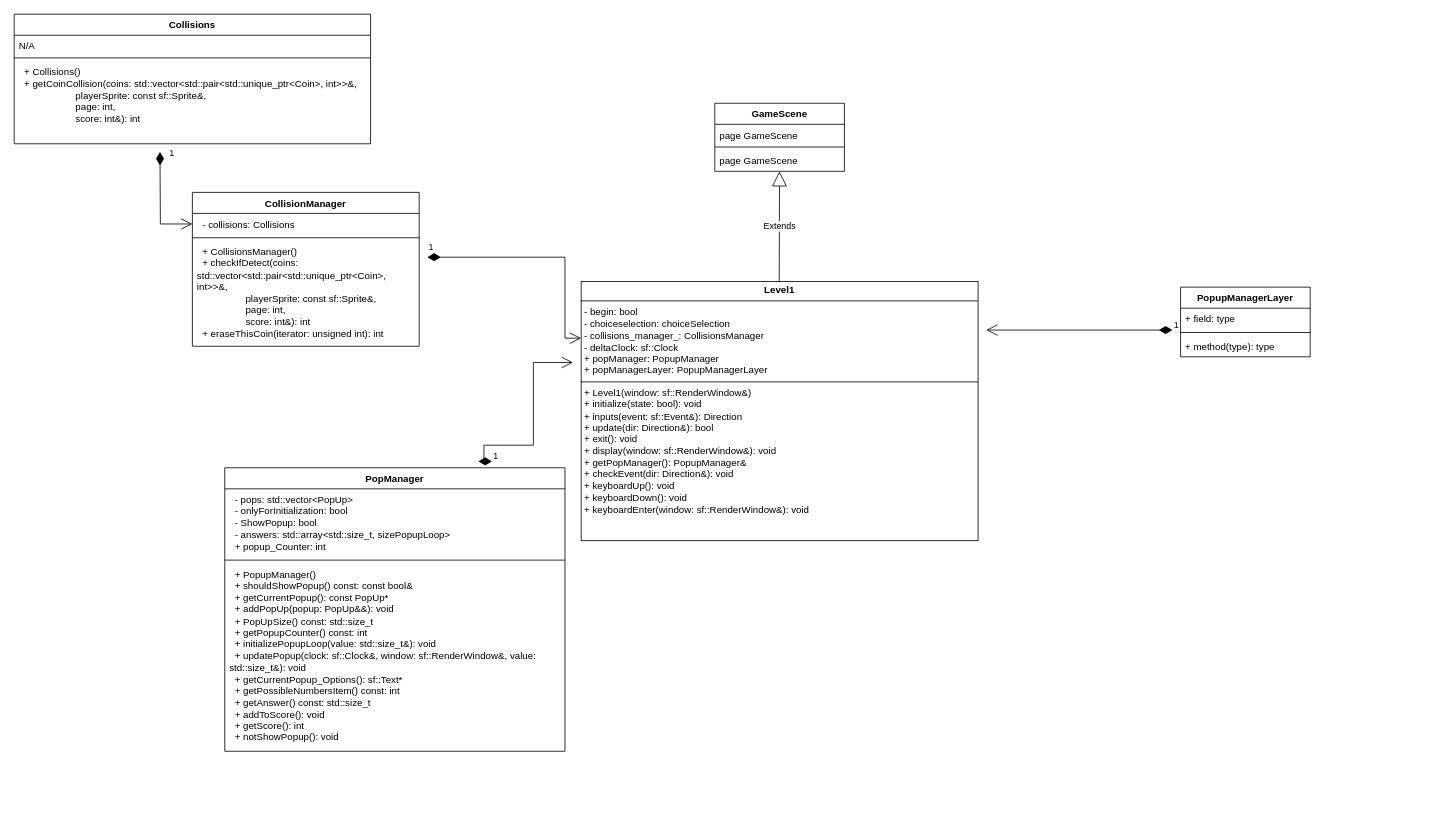
This is page "Level1" (3 of 5) of Diagramme sans nom.drawio from Bird120/FlightToHFT, a draw.io file, before an edit. Source tidied: cells renumbered, new cells numbered last; positions are measured from the earlier drawing's top-left corner, leaving out a move shared by most shapes. Both pictures are drawn from the tidied source at 81%, with x=0, y=0 at pixel (14, 14).
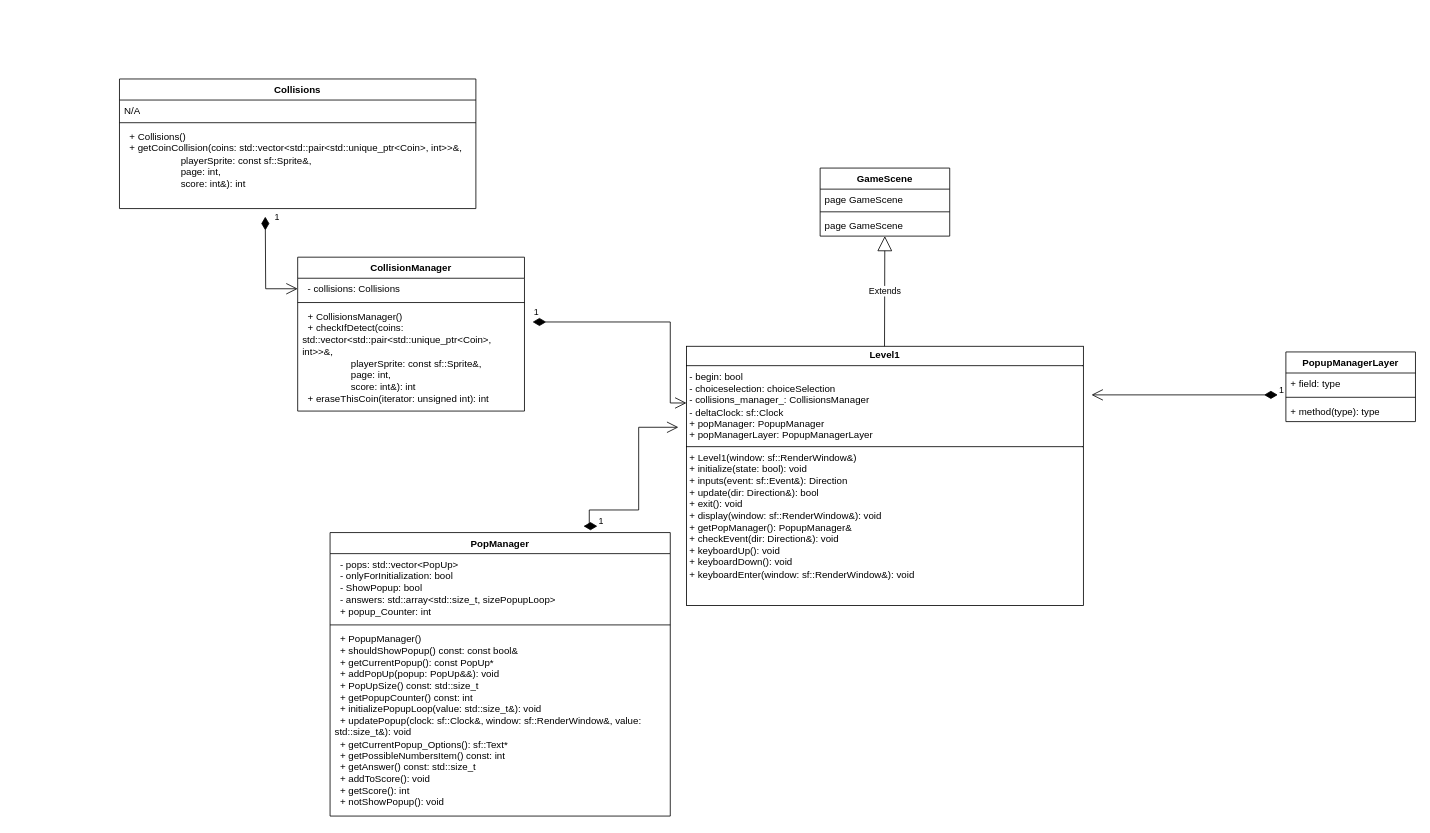
The same page after the edit.

Unchanged cells that the change refers to:
```xml
<mxCell id="15" value="&amp;nbsp; - collisions: Collisions" style="text;strokeColor=none;fillColor=none;align=left;verticalAlign=top;spacingLeft=4;spacingRight=4;overflow=hidden;points=[[0,0.5],[1,0.5]];portConstraint=eastwest;whiteSpace=wrap;html=1;" parent="14" vertex="1">
  <mxGeometry y="26" width="280" height="26" as="geometry" />
</mxCell>
```

Diff of the diagram source:
```diff
@@
+    <mxCell id="30" style="group;" parent="1" vertex="1">
+      <mxGeometry x="130" y="80" width="1600" height="910" as="geometry" />
+    </mxCell>
-    <mxCell id="2" style="group;" parent="1" vertex="1">
+    <mxCell id="2" style="group;" parent="30" vertex="1">
       <mxGeometry x="700" y="110" width="490" height="540" as="geometry" />
     </mxCell>
@@
-    <mxCell id="10" value="PopManager" style="swimlane;fontStyle=1;align=center;verticalAlign=top;horizontal=1;startSize=26;whiteSpace=wrap;html=1;" parent="1" vertex="1">
+    <mxCell id="10" value="PopManager" style="swimlane;fontStyle=1;align=center;verticalAlign=top;horizontal=1;startSize=26;whiteSpace=wrap;html=1;" parent="30" vertex="1">
       <mxGeometry x="260" y="560" width="420" height="350" as="geometry" />
     </mxCell>
@@
-    <mxCell id="14" value="CollisionManager" style="swimlane;fontStyle=1;align=center;verticalAlign=top;horizontal=1;startSize=26;whiteSpace=wrap;html=1;" parent="1" vertex="1">
+    <mxCell id="14" value="CollisionManager" style="swimlane;fontStyle=1;align=center;verticalAlign=top;horizontal=1;startSize=26;whiteSpace=wrap;html=1;" parent="30" vertex="1">
       <mxGeometry x="220" y="220" width="280" height="190" as="geometry" />
     </mxCell>
@@
-    <mxCell id="18" value="PopupManagerLayer" style="swimlane;fontStyle=1;align=center;verticalAlign=top;horizontal=1;startSize=26;whiteSpace=wrap;html=1;" parent="1" vertex="1">
+    <mxCell id="18" value="PopupManagerLayer" style="swimlane;fontStyle=1;align=center;verticalAlign=top;horizontal=1;startSize=26;whiteSpace=wrap;html=1;" parent="30" vertex="1">
       <mxGeometry x="1440" y="337" width="160" height="86" as="geometry" />
     </mxCell>
@@
-    <mxCell id="22" value="1" style="endArrow=open;html=1;endSize=12;startArrow=diamondThin;startSize=14;startFill=1;edgeStyle=orthogonalEdgeStyle;align=left;verticalAlign=bottom;rounded=0;" parent="1" edge="1">
+    <mxCell id="22" value="1" style="endArrow=open;html=1;endSize=12;startArrow=diamondThin;startSize=14;startFill=1;edgeStyle=orthogonalEdgeStyle;align=left;verticalAlign=bottom;rounded=0;" parent="30" edge="1">
       <mxGeometry x="-1" y="3" relative="1" as="geometry">
         <mxPoint x="510" y="300" as="sourcePoint" />
         <mxPoint x="700" y="400" as="targetPoint" />
         <Array as="points">
           <mxPoint x="680" y="300" />
         </Array>
       </mxGeometry>
     </mxCell>
-    <mxCell id="23" value="1" style="endArrow=open;html=1;endSize=12;startArrow=diamondThin;startSize=14;startFill=1;edgeStyle=orthogonalEdgeStyle;align=left;verticalAlign=bottom;rounded=0;entryX=0;entryY=0.181;entryDx=0;entryDy=0;entryPerimeter=0;" parent="1" edge="1">
+    <mxCell id="23" value="1" style="endArrow=open;html=1;endSize=12;startArrow=diamondThin;startSize=14;startFill=1;edgeStyle=orthogonalEdgeStyle;align=left;verticalAlign=bottom;rounded=0;entryX=0;entryY=0.181;entryDx=0;entryDy=0;entryPerimeter=0;" parent="30" edge="1">
       <mxGeometry x="-1" y="3" relative="1" as="geometry">
         <mxPoint x="590" y="552.1" as="sourcePoint" />
         <mxPoint x="690" y="430" as="targetPoint" />
         <Array as="points">
           <mxPoint x="580" y="552.1" />
           <mxPoint x="580" y="532.1" />
           <mxPoint x="641" y="532.1" />
           <mxPoint x="641" y="430.1" />
         </Array>
       </mxGeometry>
     </mxCell>
-    <mxCell id="24" value="1" style="endArrow=open;html=1;endSize=12;startArrow=diamondThin;startSize=14;startFill=1;edgeStyle=orthogonalEdgeStyle;align=left;verticalAlign=bottom;rounded=0;" parent="1" edge="1">
+    <mxCell id="24" value="1" style="endArrow=open;html=1;endSize=12;startArrow=diamondThin;startSize=14;startFill=1;edgeStyle=orthogonalEdgeStyle;align=left;verticalAlign=bottom;rounded=0;" parent="30" edge="1">
       <mxGeometry x="-1" y="3" relative="1" as="geometry">
         <mxPoint x="1430" y="390" as="sourcePoint" />
         <mxPoint x="1200" y="390" as="targetPoint" />
       </mxGeometry>
     </mxCell>
-    <mxCell id="25" value="&lt;div&gt;Collisions&lt;/div&gt;&lt;div&gt;&lt;br&gt;&lt;/div&gt;" style="swimlane;fontStyle=1;align=center;verticalAlign=top;horizontal=1;startSize=26;whiteSpace=wrap;html=1;" parent="1" vertex="1">
+    <mxCell id="25" value="&lt;div&gt;Collisions&lt;/div&gt;&lt;div&gt;&lt;br&gt;&lt;/div&gt;" style="swimlane;fontStyle=1;align=center;verticalAlign=top;horizontal=1;startSize=26;whiteSpace=wrap;html=1;" parent="30" vertex="1">
       <mxGeometry width="440" height="160" as="geometry" />
     </mxCell>
@@
-    <mxCell id="29" value="1" style="endArrow=open;html=1;endSize=12;startArrow=diamondThin;startSize=14;startFill=1;edgeStyle=orthogonalEdgeStyle;align=left;verticalAlign=bottom;rounded=0;entryX=0;entryY=0.5;entryDx=0;entryDy=0;" parent="1" edge="1" target="15">
+    <mxCell id="29" value="1" style="endArrow=open;html=1;endSize=12;startArrow=diamondThin;startSize=14;startFill=1;edgeStyle=orthogonalEdgeStyle;align=left;verticalAlign=bottom;rounded=0;entryX=0;entryY=0.5;entryDx=0;entryDy=0;" parent="30" edge="1" target="15">
       <mxGeometry x="-0.84" y="10" relative="1" as="geometry">
         <mxPoint x="180" y="170" as="sourcePoint" />
       </mxGeometry>
     </mxCell>
```
